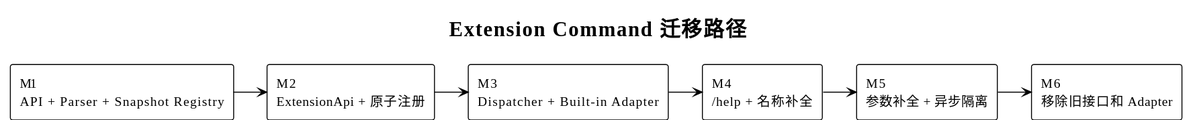
The PlantUML diagram diagrams/extension-command/16-migration-path.svg in superheromeZzh/pi-mono-java-design, before a commit. The source it was exported from:
```plantuml
@startuml
!theme plain
!pragma layout smetana
skinparam defaultFontName "PingFang SC"
skinparam shadowing false
skinparam backgroundColor transparent
title Extension Command 迁移路径

left to right direction
rectangle "M1\nAPI + Parser + Snapshot Registry" as m1
rectangle "M2\nExtensionApi + 原子注册" as m2
rectangle "M3\nDispatcher + Built-in Adapter" as m3
rectangle "M4\n/help + 名称补全" as m4
rectangle "M5\n参数补全 + 异步隔离" as m5
rectangle "M6\n移除旧接口和 Adapter" as m6

m1 --> m2
m2 --> m3
m3 --> m4
m4 --> m5
m5 --> m6
@enduml
```
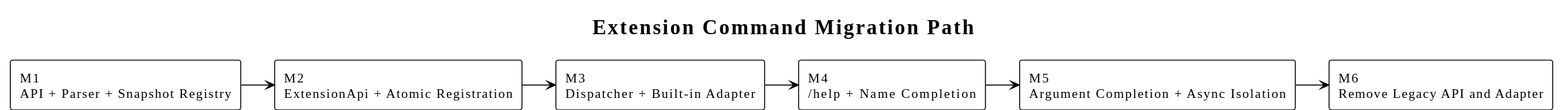
Later version of the same file.

Diff of the diagram source:
```diff
@@ -1,18 +1,18 @@
 @startuml
 !theme plain
 !pragma layout smetana
-skinparam defaultFontName "PingFang SC"
+skinparam defaultFontName "SansSerif"
 skinparam shadowing false
 skinparam backgroundColor transparent
-title Extension Command 迁移路径
+title Extension Command Migration Path
 
 left to right direction
 rectangle "M1\nAPI + Parser + Snapshot Registry" as m1
-rectangle "M2\nExtensionApi + 原子注册" as m2
+rectangle "M2\nExtensionApi + Atomic Registration" as m2
 rectangle "M3\nDispatcher + Built-in Adapter" as m3
-rectangle "M4\n/help + 名称补全" as m4
-rectangle "M5\n参数补全 + 异步隔离" as m5
-rectangle "M6\n移除旧接口和 Adapter" as m6
+rectangle "M4\n/help + Name Completion" as m4
+rectangle "M5\nArgument Completion + Async Isolation" as m5
+rectangle "M6\nRemove Legacy API and Adapter" as m6
 
 m1 --> m2
 m2 --> m3
```
